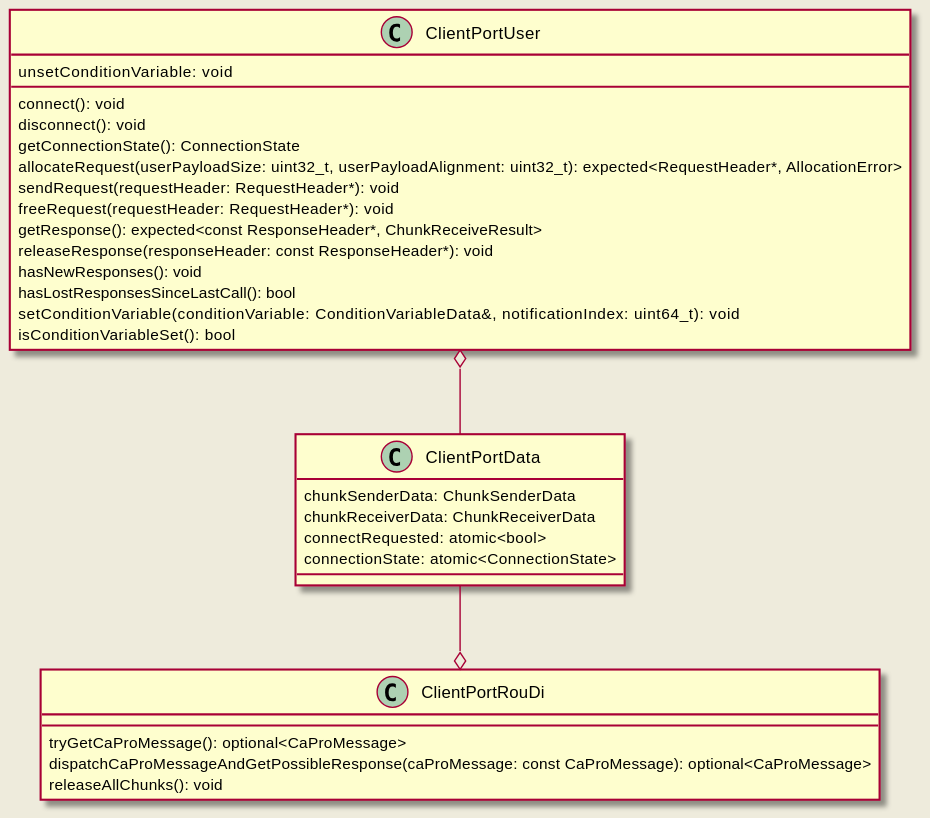
Above: doc/design/diagrams/request_response/client_port.svg in eclipse-iceoryx/iceoryx (PlantUML), before the change. Its source is kept beside it as doc/design/diagrams/request_response/client_port.puml.
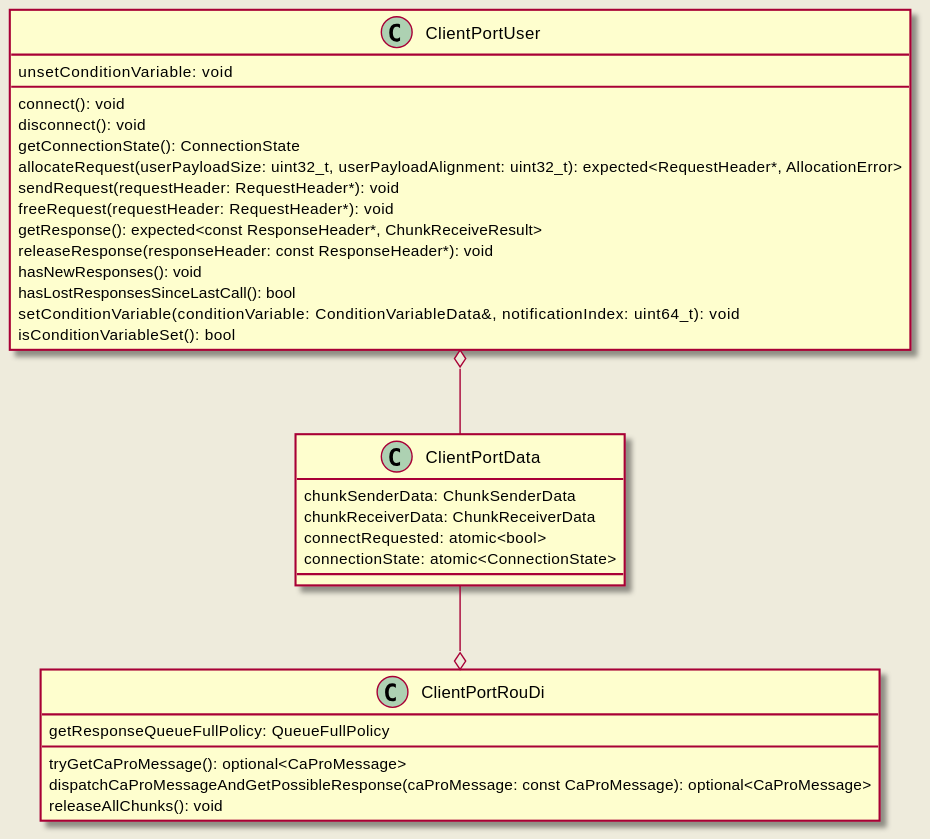
Later version of the same file.

Diff of the diagram source:
```diff
@@ -24,6 +24,7 @@
 }
 
 class ClientPortRouDi {
+  getResponseQueueFullPolicy: QueueFullPolicy
   tryGetCaProMessage(): optional<CaProMessage>
   dispatchCaProMessageAndGetPossibleResponse(caProMessage: const CaProMessage): optional<CaProMessage>
   releaseAllChunks(): void
```
